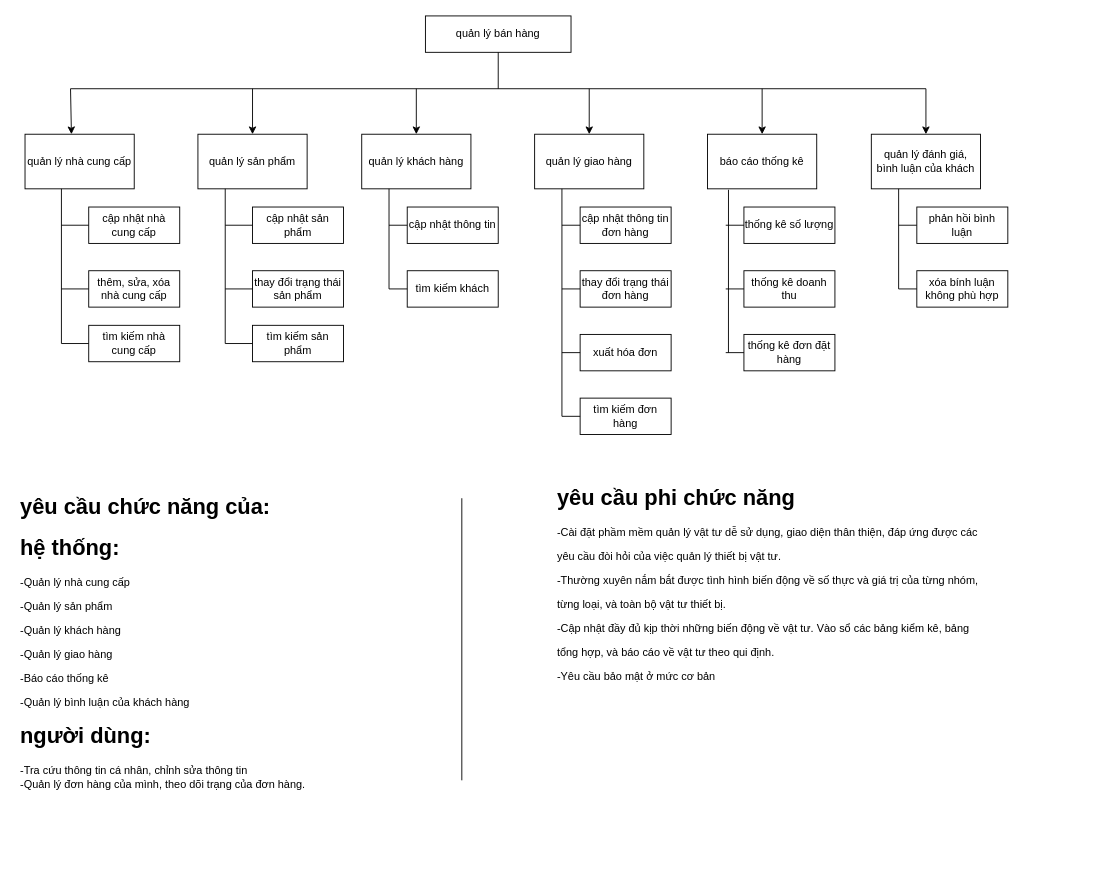
Earlier version of the draw.io diagram page "Page-1" (1 of 2) of bfd.drawio (xxminhmie/override-project-document). Source tidied: cells renumbered, new cells numbered last; positions are measured from the earlier drawing's top-left corner, leaving out a move shared by most shapes. Both pictures are drawn from the tidied source at 91%, with x=0, y=0 at pixel (15, 15).
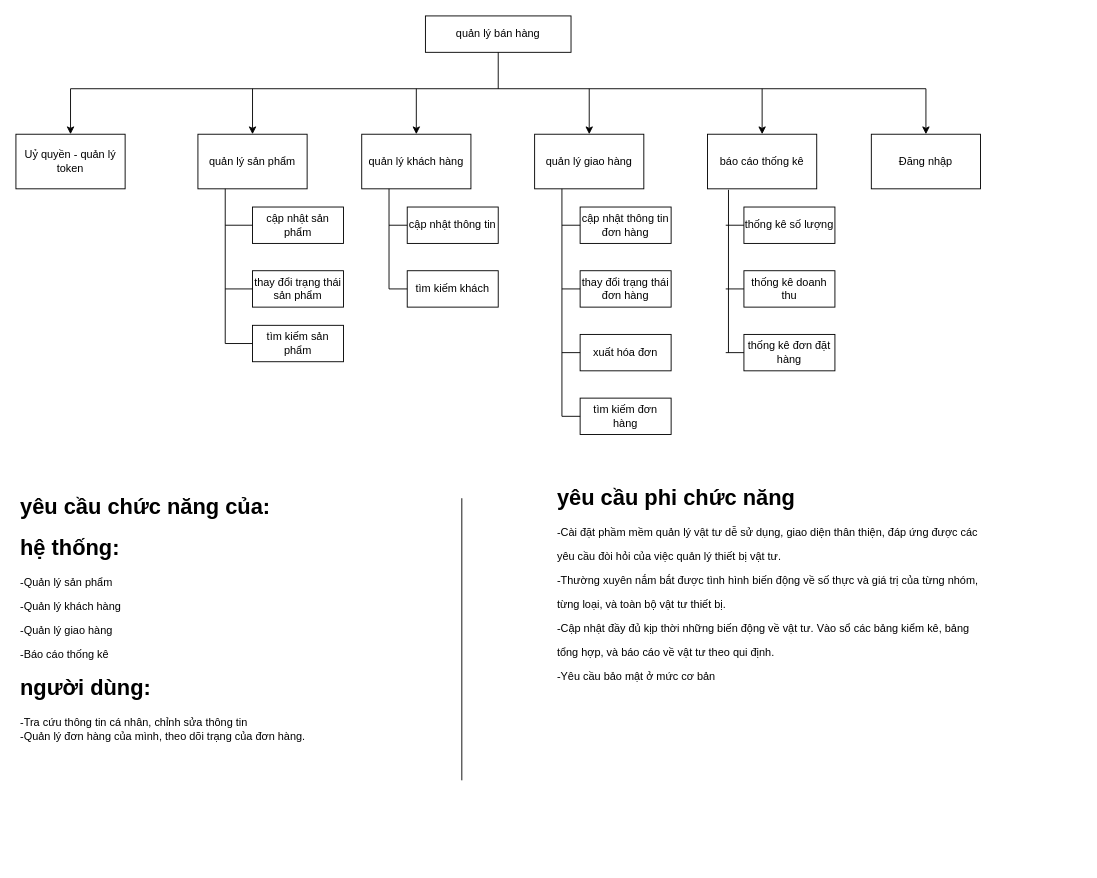
The same page after the edit.

The edit, as a diff of the source:
```diff
@@
-    <mxCell id="36" style="endArrow=classic;html=1;entryX=0.425;entryY=0;entryDx=0;entryDy=0;entryPerimeter=0;" parent="1" edge="1" target="37">
-      <mxGeometry relative="1" as="geometry">
-        <mxPoint x="60" y="80" as="sourcePoint" />
-      </mxGeometry>
-    </mxCell>
-    <mxCell id="37" value="quản lý nhà cung cấp" style="rounded=0;whiteSpace=wrap;html=1;" parent="1" vertex="1">
-      <mxGeometry x="10" y="130" width="120" height="60" as="geometry" />
-    </mxCell>
-    <mxCell id="38" value="cập nhật nhà cung cấp" style="rounded=0;whiteSpace=wrap;html=1;" parent="1" vertex="1">
-      <mxGeometry x="80" y="210" width="100" height="40" as="geometry" />
-    </mxCell>
-    <mxCell id="39" style="endArrow=none;html=1;exitX=0.25;exitY=1;exitDx=0;exitDy=0;" parent="1" edge="1">
-      <mxGeometry relative="1" as="geometry">
-        <mxPoint x="50" y="190" as="sourcePoint" />
-        <mxPoint x="50" y="360" as="targetPoint" />
-      </mxGeometry>
-    </mxCell>
-    <mxCell id="40" style="endArrow=none;html=1;" parent="1" edge="1">
-      <mxGeometry relative="1" as="geometry">
-        <mxPoint x="50" y="230" as="sourcePoint" />
-        <mxPoint x="80" y="230" as="targetPoint" />
-      </mxGeometry>
-    </mxCell>
-    <mxCell id="41" value="thêm, sửa, xóa nhà cung cấp" style="rounded=0;whiteSpace=wrap;html=1;" parent="1" vertex="1">
-      <mxGeometry x="80" y="280" width="100" height="40" as="geometry" />
-    </mxCell>
-    <mxCell id="42" style="endArrow=none;html=1;" parent="1" edge="1">
-      <mxGeometry relative="1" as="geometry">
-        <mxPoint x="50" y="300" as="sourcePoint" />
-        <mxPoint x="80" y="300" as="targetPoint" />
-      </mxGeometry>
-    </mxCell>
-    <mxCell id="43" value="quản lý đánh giá, bình luận của khách" style="rounded=0;whiteSpace=wrap;html=1;" parent="1" vertex="1">
-      <mxGeometry x="940" y="130" width="120" height="60" as="geometry" />
-    </mxCell>
-    <mxCell id="44" style="endArrow=classic;html=1;entryX=0.5;entryY=0;entryDx=0;entryDy=0;" parent="1" edge="1" target="43">
+    <mxCell id="44" style="endArrow=classic;html=1;entryX=0.5;entryY=0;entryDx=0;entryDy=0;" parent="1" edge="1" target="63">
       <mxGeometry relative="1" as="geometry">
         <mxPoint x="1000" y="80" as="sourcePoint" />
       </mxGeometry>
     </mxCell>
-    <mxCell id="45" value="phản hồi bình luận" style="rounded=0;whiteSpace=wrap;html=1;" parent="1" vertex="1">
-      <mxGeometry x="990" y="210" width="100" height="40" as="geometry" />
-    </mxCell>
-    <mxCell id="46" style="endArrow=none;html=1;exitX=0.25;exitY=1;exitDx=0;exitDy=0;" parent="1" edge="1" source="43">
-      <mxGeometry relative="1" as="geometry">
-        <mxPoint x="970" y="300" as="targetPoint" />
-      </mxGeometry>
-    </mxCell>
-    <mxCell id="47" style="endArrow=none;html=1;entryX=0;entryY=0.5;entryDx=0;entryDy=0;" parent="1" edge="1" target="45">
-      <mxGeometry relative="1" as="geometry">
-        <mxPoint x="970" y="230" as="sourcePoint" />
-      </mxGeometry>
-    </mxCell>
@@
-    <mxCell id="54" value="tìm kiếm nhà cung cấp" style="rounded=0;whiteSpace=wrap;html=1;" parent="1" vertex="1">
-      <mxGeometry x="80" y="340" width="100" height="40" as="geometry" />
-    </mxCell>
-    <mxCell id="55" style="endArrow=none;html=1;exitX=0;exitY=0.5;exitDx=0;exitDy=0;" parent="1" edge="1" source="54">
-      <mxGeometry relative="1" as="geometry">
-        <mxPoint x="50" y="360" as="targetPoint" />
-      </mxGeometry>
-    </mxCell>
-    <mxCell id="56" value="&lt;h1&gt;yêu cầu chức năng của:&amp;nbsp;&lt;/h1&gt;&lt;h1&gt;hệ thống:&amp;nbsp; &amp;nbsp; &amp;nbsp; &amp;nbsp; &amp;nbsp; &amp;nbsp; &amp;nbsp; &amp;nbsp; &amp;nbsp; &amp;nbsp; &amp;nbsp;&lt;/h1&gt;&lt;p&gt;-Quản lý nhà cung cấp&lt;/p&gt;&lt;p&gt;-Quản lý sản phẩm&lt;/p&gt;&lt;p&gt;-Quản lý khách hàng&lt;/p&gt;&lt;p&gt;-Quản lý giao hàng&lt;/p&gt;&lt;p&gt;-Báo cáo thống kê&lt;/p&gt;&lt;p&gt;-Quản lý bình luận của khách hàng&lt;/p&gt;&lt;h1&gt;người dùng:&lt;/h1&gt;&lt;div&gt;-Tra cứu thông tin cá nhân, chỉnh sửa thông tin&lt;/div&gt;&lt;div&gt;-Quản lý đơn hàng của mình, theo dõi trạng của đơn hàng.&lt;/div&gt;" style="text;html=1;strokeColor=none;fillColor=none;spacing=5;spacingTop=-20;whiteSpace=wrap;overflow=hidden;rounded=0;" parent="1" vertex="1">
+    <mxCell id="56" value="&lt;h1&gt;yêu cầu chức năng của:&amp;nbsp;&lt;/h1&gt;&lt;h1&gt;hệ thống:&amp;nbsp; &amp;nbsp; &amp;nbsp; &amp;nbsp; &amp;nbsp; &amp;nbsp; &amp;nbsp; &amp;nbsp; &amp;nbsp; &amp;nbsp; &amp;nbsp;&lt;/h1&gt;&lt;p&gt;-Quản lý sản phẩm&lt;/p&gt;&lt;p&gt;-Quản lý khách hàng&lt;/p&gt;&lt;p&gt;-Quản lý giao hàng&lt;/p&gt;&lt;p&gt;-Báo cáo thống kê&lt;/p&gt;&lt;h1&gt;người dùng:&lt;/h1&gt;&lt;div&gt;-Tra cứu thông tin cá nhân, chỉnh sửa thông tin&lt;/div&gt;&lt;div&gt;-Quản lý đơn hàng của mình, theo dõi trạng của đơn hàng.&lt;/div&gt;" style="text;html=1;strokeColor=none;fillColor=none;spacing=5;spacingTop=-20;whiteSpace=wrap;overflow=hidden;rounded=0;" parent="1" vertex="1">
       <mxGeometry y="520" width="460" height="410" as="geometry" />
     </mxCell>
@@
-    <mxCell id="59" value="xóa bính luận không phù hợp" style="rounded=0;whiteSpace=wrap;html=1;" parent="1" vertex="1">
-      <mxGeometry x="990" y="280" width="100" height="40" as="geometry" />
-    </mxCell>
-    <mxCell id="60" style="endArrow=none;html=1;entryX=0;entryY=0.5;entryDx=0;entryDy=0;" parent="1" edge="1" target="59">
-      <mxGeometry relative="1" as="geometry">
-        <mxPoint x="970" y="300" as="sourcePoint" />
-      </mxGeometry>
-    </mxCell>
+    <mxCell id="61" style="endArrow=classic;html=1;entryX=0.5;entryY=0;entryDx=0;entryDy=0;" parent="1" edge="1" target="62">
+      <mxGeometry relative="1" as="geometry">
+        <mxPoint x="60" y="80" as="sourcePoint" />
+      </mxGeometry>
+    </mxCell>
+    <mxCell id="62" value="Uỷ quyền - quản lý token" style="rounded=0;whiteSpace=wrap;html=1;" parent="1" vertex="1">
+      <mxGeometry y="130" width="120" height="60" as="geometry" />
+    </mxCell>
+    <mxCell id="63" value="Đăng nhập" style="rounded=0;whiteSpace=wrap;html=1;" parent="1" vertex="1">
+      <mxGeometry x="940" y="130" width="120" height="60" as="geometry" />
+    </mxCell>
```
